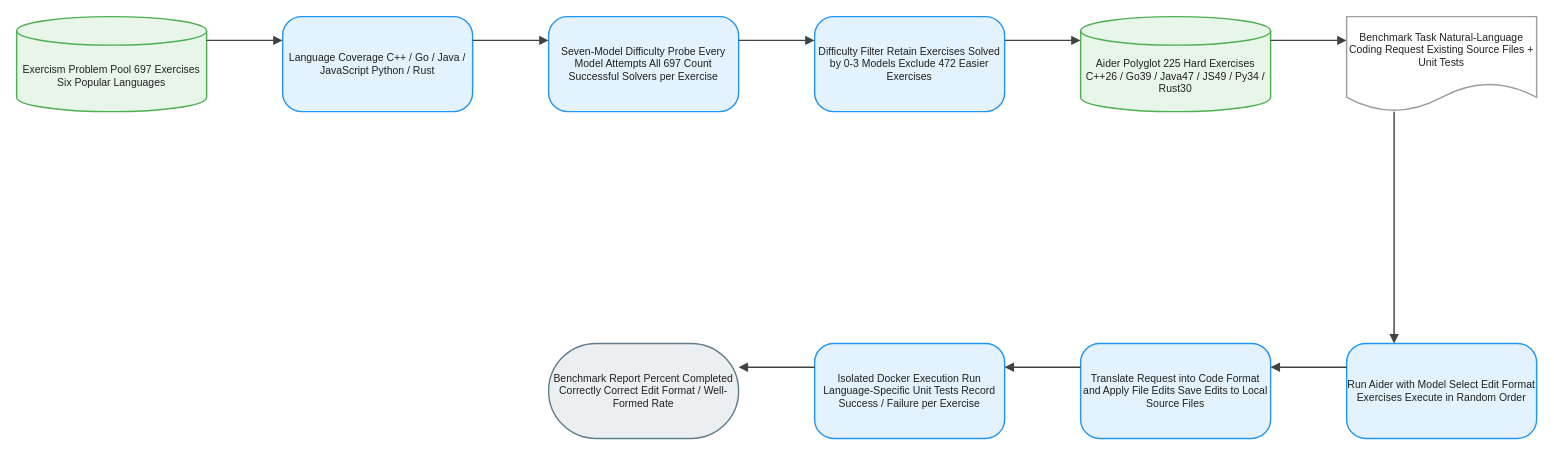
Earlier version of the draw.io diagram client/public/drawio/Aider_Polyglot/Aider_Polyglot.en.drawio (joe1chief/benchmark-hub). Source tidied: cells renumbered, new cells numbered last; positions are measured from the earlier drawing's top-left corner, leaving out a move shared by most shapes. Both pictures are drawn from the tidied source at 95%, with x=0, y=0 at pixel (16, 16).
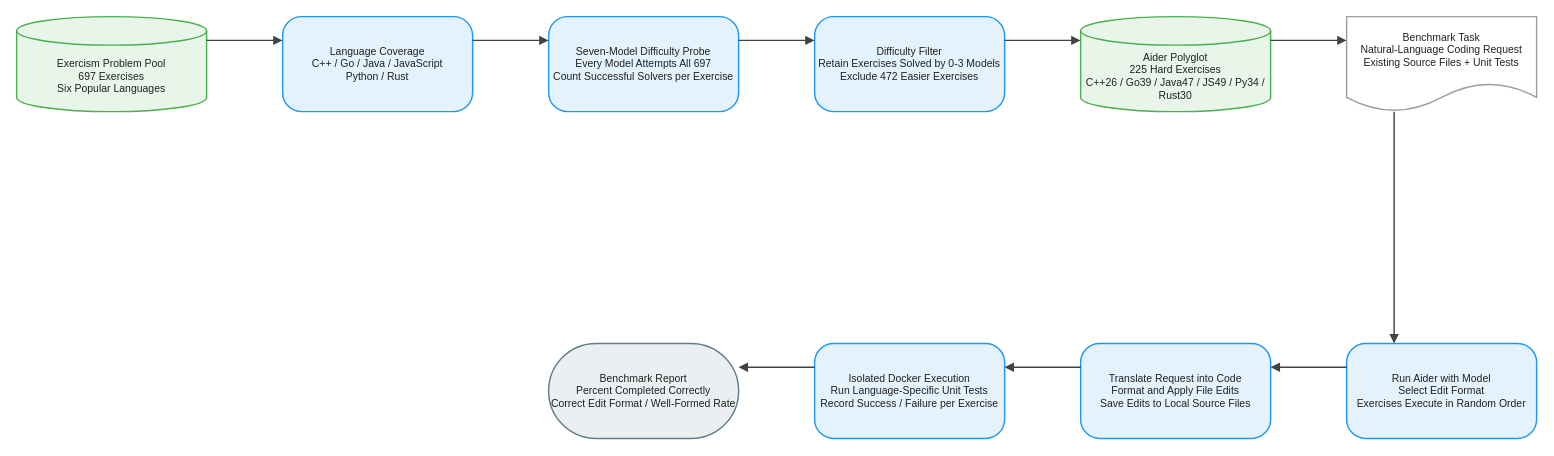
The same page after the edit.

Change to the diagram source:
```diff
@@
-    <mxCell id="2" value="Exercism Problem Pool 697 Exercises Six Popular Languages" style="shape=cylinder3;boundedLbl=1;backgroundOutline=1;size=15;html=1;whiteSpace=wrap;fillColor=#E8F5E9;strokeColor=#4CAF50;strokeWidth=1.5;fontColor=#212121;fontSize=11;fontFamily=Arial, Helvetica, sans-serif;verticalAlign=middle;align=center;" parent="1" vertex="1">
+    <mxCell id="2" value="Exercism Problem Pool&#10;697 Exercises&#10;Six Popular Languages" style="shape=cylinder3;boundedLbl=1;backgroundOutline=1;size=15;html=0;convertToSvg=1;whiteSpace=wrap;fillColor=#E8F5E9;strokeColor=#4CAF50;strokeWidth=1.5;fontColor=#212121;fontSize=11;fontFamily=Arial, Helvetica, sans-serif;verticalAlign=middle;align=center;" parent="1" vertex="1">
       <mxGeometry width="200" height="100" as="geometry" />
     </mxCell>
-    <mxCell id="3" value="Language Coverage C++ / Go / Java / JavaScript Python / Rust" style="rounded=1;arcSize=20;html=1;whiteSpace=wrap;fillColor=#E3F2FD;strokeColor=#2196F3;strokeWidth=1.5;fontColor=#212121;fontSize=11;fontFamily=Arial, Helvetica, sans-serif;verticalAlign=middle;align=center;" parent="1" vertex="1">
+    <mxCell id="3" value="Language Coverage&#10;C++ / Go / Java / JavaScript&#10;Python / Rust" style="rounded=1;arcSize=20;html=0;convertToSvg=1;whiteSpace=wrap;fillColor=#E3F2FD;strokeColor=#2196F3;strokeWidth=1.5;fontColor=#212121;fontSize=11;fontFamily=Arial, Helvetica, sans-serif;verticalAlign=middle;align=center;" parent="1" vertex="1">
       <mxGeometry x="280" width="200" height="100" as="geometry" />
     </mxCell>
-    <mxCell id="4" value="Seven-Model Difficulty Probe Every Model Attempts All 697 Count Successful Solvers per Exercise" style="rounded=1;arcSize=20;html=1;whiteSpace=wrap;fillColor=#E3F2FD;strokeColor=#2196F3;strokeWidth=1.5;fontColor=#212121;fontSize=11;fontFamily=Arial, Helvetica, sans-serif;verticalAlign=middle;align=center;" parent="1" vertex="1">
+    <mxCell id="4" value="Seven-Model Difficulty Probe&#10;Every Model Attempts All 697&#10;Count Successful Solvers per Exercise" style="rounded=1;arcSize=20;html=0;convertToSvg=1;whiteSpace=wrap;fillColor=#E3F2FD;strokeColor=#2196F3;strokeWidth=1.5;fontColor=#212121;fontSize=11;fontFamily=Arial, Helvetica, sans-serif;verticalAlign=middle;align=center;" parent="1" vertex="1">
       <mxGeometry x="560" width="200" height="100" as="geometry" />
     </mxCell>
-    <mxCell id="5" value="Difficulty Filter Retain Exercises Solved by 0-3 Models Exclude 472 Easier Exercises" style="rounded=1;arcSize=20;html=1;whiteSpace=wrap;fillColor=#E3F2FD;strokeColor=#2196F3;strokeWidth=1.5;fontColor=#212121;fontSize=11;fontFamily=Arial, Helvetica, sans-serif;verticalAlign=middle;align=center;" parent="1" vertex="1">
+    <mxCell id="5" value="Difficulty Filter&#10;Retain Exercises Solved by 0-3 Models&#10;Exclude 472 Easier Exercises" style="rounded=1;arcSize=20;html=0;convertToSvg=1;whiteSpace=wrap;fillColor=#E3F2FD;strokeColor=#2196F3;strokeWidth=1.5;fontColor=#212121;fontSize=11;fontFamily=Arial, Helvetica, sans-serif;verticalAlign=middle;align=center;" parent="1" vertex="1">
       <mxGeometry x="840" width="200" height="100" as="geometry" />
     </mxCell>
-    <mxCell id="6" value="Aider Polyglot 225 Hard Exercises C++26 / Go39 / Java47 / JS49 / Py34 / Rust30" style="shape=cylinder3;boundedLbl=1;backgroundOutline=1;size=15;html=1;whiteSpace=wrap;fillColor=#E8F5E9;strokeColor=#4CAF50;strokeWidth=1.5;fontColor=#212121;fontSize=11;fontFamily=Arial, Helvetica, sans-serif;verticalAlign=middle;align=center;" parent="1" vertex="1">
+    <mxCell id="6" value="Aider Polyglot&#10;225 Hard Exercises&#10;C++26 / Go39 / Java47 / JS49 / Py34 / Rust30" style="shape=cylinder3;boundedLbl=1;backgroundOutline=1;size=15;html=0;convertToSvg=1;whiteSpace=wrap;fillColor=#E8F5E9;strokeColor=#4CAF50;strokeWidth=1.5;fontColor=#212121;fontSize=11;fontFamily=Arial, Helvetica, sans-serif;verticalAlign=middle;align=center;" parent="1" vertex="1">
       <mxGeometry x="1120" width="200" height="100" as="geometry" />
     </mxCell>
-    <mxCell id="7" value="Benchmark Task Natural-Language Coding Request Existing Source Files + Unit Tests" style="shape=document;boundedLbl=1;html=1;whiteSpace=wrap;fillColor=#FFFFFF;strokeColor=#9E9E9E;strokeWidth=1.5;fontColor=#212121;fontSize=11;fontFamily=Arial, Helvetica, sans-serif;verticalAlign=middle;align=center;" parent="1" vertex="1">
+    <mxCell id="7" value="Benchmark Task&#10;Natural-Language Coding Request&#10;Existing Source Files + Unit Tests" style="shape=document;boundedLbl=1;html=0;convertToSvg=1;whiteSpace=wrap;fillColor=#FFFFFF;strokeColor=#9E9E9E;strokeWidth=1.5;fontColor=#212121;fontSize=11;fontFamily=Arial, Helvetica, sans-serif;verticalAlign=middle;align=center;" parent="1" vertex="1">
       <mxGeometry x="1400" width="200" height="100" as="geometry" />
     </mxCell>
-    <mxCell id="8" value="Run Aider with Model Select Edit Format Exercises Execute in Random Order" style="rounded=1;arcSize=20;html=1;whiteSpace=wrap;fillColor=#E3F2FD;strokeColor=#2196F3;strokeWidth=1.5;fontColor=#212121;fontSize=11;fontFamily=Arial, Helvetica, sans-serif;verticalAlign=middle;align=center;" parent="1" vertex="1">
+    <mxCell id="8" value="Run Aider with Model&#10;Select Edit Format&#10;Exercises Execute in Random Order" style="rounded=1;arcSize=20;html=0;convertToSvg=1;whiteSpace=wrap;fillColor=#E3F2FD;strokeColor=#2196F3;strokeWidth=1.5;fontColor=#212121;fontSize=11;fontFamily=Arial, Helvetica, sans-serif;verticalAlign=middle;align=center;" parent="1" vertex="1">
       <mxGeometry x="1400" y="344" width="200" height="100" as="geometry" />
     </mxCell>
-    <mxCell id="9" value="Translate Request into Code Format and Apply File Edits Save Edits to Local Source Files" style="rounded=1;arcSize=20;html=1;whiteSpace=wrap;fillColor=#E3F2FD;strokeColor=#2196F3;strokeWidth=1.5;fontColor=#212121;fontSize=11;fontFamily=Arial, Helvetica, sans-serif;verticalAlign=middle;align=center;" parent="1" vertex="1">
+    <mxCell id="9" value="Translate Request into Code&#10;Format and Apply File Edits&#10;Save Edits to Local Source Files" style="rounded=1;arcSize=20;html=0;convertToSvg=1;whiteSpace=wrap;fillColor=#E3F2FD;strokeColor=#2196F3;strokeWidth=1.5;fontColor=#212121;fontSize=11;fontFamily=Arial, Helvetica, sans-serif;verticalAlign=middle;align=center;" parent="1" vertex="1">
       <mxGeometry x="1120" y="344" width="200" height="100" as="geometry" />
     </mxCell>
-    <mxCell id="10" value="Isolated Docker Execution Run Language-Specific Unit Tests Record Success / Failure per Exercise" style="rounded=1;arcSize=20;html=1;whiteSpace=wrap;fillColor=#E3F2FD;strokeColor=#2196F3;strokeWidth=1.5;fontColor=#212121;fontSize=11;fontFamily=Arial, Helvetica, sans-serif;verticalAlign=middle;align=center;" parent="1" vertex="1">
+    <mxCell id="10" value="Isolated Docker Execution&#10;Run Language-Specific Unit Tests&#10;Record Success / Failure per Exercise" style="rounded=1;arcSize=20;html=0;convertToSvg=1;whiteSpace=wrap;fillColor=#E3F2FD;strokeColor=#2196F3;strokeWidth=1.5;fontColor=#212121;fontSize=11;fontFamily=Arial, Helvetica, sans-serif;verticalAlign=middle;align=center;" parent="1" vertex="1">
       <mxGeometry x="840" y="344" width="200" height="100" as="geometry" />
     </mxCell>
-    <mxCell id="11" value="Benchmark Report Percent Completed Correctly Correct Edit Format / Well-Formed Rate" style="rounded=1;arcSize=50;html=1;whiteSpace=wrap;fillColor=#ECEFF1;strokeColor=#607D8B;strokeWidth=1.5;fontColor=#212121;fontSize=11;fontFamily=Arial, Helvetica, sans-serif;verticalAlign=middle;align=center;" parent="1" vertex="1">
+    <mxCell id="11" value="Benchmark Report&#10;Percent Completed Correctly&#10;Correct Edit Format / Well-Formed Rate" style="rounded=1;arcSize=50;html=0;convertToSvg=1;whiteSpace=wrap;fillColor=#ECEFF1;strokeColor=#607D8B;strokeWidth=1.5;fontColor=#212121;fontSize=11;fontFamily=Arial, Helvetica, sans-serif;verticalAlign=middle;align=center;" parent="1" vertex="1">
       <mxGeometry x="560" y="344" width="200" height="100" as="geometry" />
     </mxCell>
-    <mxCell id="12" style="edgeStyle=orthogonalEdgeStyle;rounded=0;jettySize=auto;html=1;strokeColor=#424242;strokeWidth=1.5;endArrow=block;endFill=1;exitX=1;exitY=0.25;exitDx=0;exitDy=0;entryX=0;entryY=0.25;entryDx=0;entryDy=0;jumpStyle=arc;jumpSize=8;" parent="1" edge="1" source="2" target="3">
+    <mxCell id="12" style="edgeStyle=orthogonalEdgeStyle;rounded=0;jettySize=auto;html=0;convertToSvg=1;strokeColor=#424242;strokeWidth=1.5;endArrow=block;endFill=1;exitX=1;exitY=0.25;exitDx=0;exitDy=0;entryX=0;entryY=0.25;entryDx=0;entryDy=0;jumpStyle=arc;jumpSize=8;" parent="1" edge="1" source="2" target="3">
       <mxGeometry relative="1" as="geometry" />
     </mxCell>
-    <mxCell id="13" style="edgeStyle=orthogonalEdgeStyle;rounded=0;jettySize=auto;html=1;strokeColor=#424242;strokeWidth=1.5;endArrow=block;endFill=1;exitX=1;exitY=0.25;exitDx=0;exitDy=0;entryX=0;entryY=0.25;entryDx=0;entryDy=0;jumpStyle=arc;jumpSize=8;" parent="1" edge="1" source="3" target="4">
+    <mxCell id="13" style="edgeStyle=orthogonalEdgeStyle;rounded=0;jettySize=auto;html=0;convertToSvg=1;strokeColor=#424242;strokeWidth=1.5;endArrow=block;endFill=1;exitX=1;exitY=0.25;exitDx=0;exitDy=0;entryX=0;entryY=0.25;entryDx=0;entryDy=0;jumpStyle=arc;jumpSize=8;" parent="1" edge="1" source="3" target="4">
       <mxGeometry relative="1" as="geometry" />
     </mxCell>
-    <mxCell id="14" style="edgeStyle=orthogonalEdgeStyle;rounded=0;jettySize=auto;html=1;strokeColor=#424242;strokeWidth=1.5;endArrow=block;endFill=1;exitX=1;exitY=0.25;exitDx=0;exitDy=0;entryX=0;entryY=0.25;entryDx=0;entryDy=0;jumpStyle=arc;jumpSize=8;" parent="1" edge="1" source="4" target="5">
+    <mxCell id="14" style="edgeStyle=orthogonalEdgeStyle;rounded=0;jettySize=auto;html=0;convertToSvg=1;strokeColor=#424242;strokeWidth=1.5;endArrow=block;endFill=1;exitX=1;exitY=0.25;exitDx=0;exitDy=0;entryX=0;entryY=0.25;entryDx=0;entryDy=0;jumpStyle=arc;jumpSize=8;" parent="1" edge="1" source="4" target="5">
       <mxGeometry relative="1" as="geometry" />
     </mxCell>
-    <mxCell id="15" style="edgeStyle=orthogonalEdgeStyle;rounded=0;jettySize=auto;html=1;strokeColor=#424242;strokeWidth=1.5;endArrow=block;endFill=1;exitX=1;exitY=0.25;exitDx=0;exitDy=0;entryX=0;entryY=0.25;entryDx=0;entryDy=0;jumpStyle=arc;jumpSize=8;" parent="1" edge="1" source="5" target="6">
+    <mxCell id="15" style="edgeStyle=orthogonalEdgeStyle;rounded=0;jettySize=auto;html=0;convertToSvg=1;strokeColor=#424242;strokeWidth=1.5;endArrow=block;endFill=1;exitX=1;exitY=0.25;exitDx=0;exitDy=0;entryX=0;entryY=0.25;entryDx=0;entryDy=0;jumpStyle=arc;jumpSize=8;" parent="1" edge="1" source="5" target="6">
       <mxGeometry relative="1" as="geometry" />
     </mxCell>
-    <mxCell id="16" style="edgeStyle=orthogonalEdgeStyle;rounded=0;jettySize=auto;html=1;strokeColor=#424242;strokeWidth=1.5;endArrow=block;endFill=1;exitX=1;exitY=0.25;exitDx=0;exitDy=0;entryX=0;entryY=0.25;entryDx=0;entryDy=0;jumpStyle=arc;jumpSize=8;" parent="1" edge="1" source="6" target="7">
+    <mxCell id="16" style="edgeStyle=orthogonalEdgeStyle;rounded=0;jettySize=auto;html=0;convertToSvg=1;strokeColor=#424242;strokeWidth=1.5;endArrow=block;endFill=1;exitX=1;exitY=0.25;exitDx=0;exitDy=0;entryX=0;entryY=0.25;entryDx=0;entryDy=0;jumpStyle=arc;jumpSize=8;" parent="1" edge="1" source="6" target="7">
       <mxGeometry relative="1" as="geometry" />
     </mxCell>
-    <mxCell id="17" style="edgeStyle=orthogonalEdgeStyle;rounded=0;jettySize=auto;html=1;strokeColor=#424242;strokeWidth=1.5;endArrow=block;endFill=1;exitX=0.25;exitY=1;exitDx=0;exitDy=0;entryX=0.25;entryY=0;entryDx=0;entryDy=0;jumpStyle=arc;jumpSize=8;" parent="1" edge="1" source="7" target="8">
+    <mxCell id="17" style="edgeStyle=orthogonalEdgeStyle;rounded=0;jettySize=auto;html=0;convertToSvg=1;strokeColor=#424242;strokeWidth=1.5;endArrow=block;endFill=1;exitX=0.25;exitY=1;exitDx=0;exitDy=0;entryX=0.25;entryY=0;entryDx=0;entryDy=0;jumpStyle=arc;jumpSize=8;" parent="1" edge="1" source="7" target="8">
       <mxGeometry relative="1" as="geometry" />
     </mxCell>
-    <mxCell id="18" style="edgeStyle=orthogonalEdgeStyle;rounded=0;jettySize=auto;html=1;strokeColor=#424242;strokeWidth=1.5;endArrow=block;endFill=1;exitX=0;exitY=0.25;exitDx=0;exitDy=0;entryX=1;entryY=0.25;entryDx=0;entryDy=0;jumpStyle=arc;jumpSize=8;" parent="1" edge="1" source="8" target="9">
+    <mxCell id="18" style="edgeStyle=orthogonalEdgeStyle;rounded=0;jettySize=auto;html=0;convertToSvg=1;strokeColor=#424242;strokeWidth=1.5;endArrow=block;endFill=1;exitX=0;exitY=0.25;exitDx=0;exitDy=0;entryX=1;entryY=0.25;entryDx=0;entryDy=0;jumpStyle=arc;jumpSize=8;" parent="1" edge="1" source="8" target="9">
       <mxGeometry relative="1" as="geometry" />
     </mxCell>
-    <mxCell id="19" style="edgeStyle=orthogonalEdgeStyle;rounded=0;jettySize=auto;html=1;strokeColor=#424242;strokeWidth=1.5;endArrow=block;endFill=1;exitX=0;exitY=0.25;exitDx=0;exitDy=0;entryX=1;entryY=0.25;entryDx=0;entryDy=0;jumpStyle=arc;jumpSize=8;" parent="1" edge="1" source="9" target="10">
+    <mxCell id="19" style="edgeStyle=orthogonalEdgeStyle;rounded=0;jettySize=auto;html=0;convertToSvg=1;strokeColor=#424242;strokeWidth=1.5;endArrow=block;endFill=1;exitX=0;exitY=0.25;exitDx=0;exitDy=0;entryX=1;entryY=0.25;entryDx=0;entryDy=0;jumpStyle=arc;jumpSize=8;" parent="1" edge="1" source="9" target="10">
       <mxGeometry relative="1" as="geometry" />
     </mxCell>
-    <mxCell id="20" style="edgeStyle=orthogonalEdgeStyle;rounded=0;jettySize=auto;html=1;strokeColor=#424242;strokeWidth=1.5;endArrow=block;endFill=1;exitX=0;exitY=0.25;exitDx=0;exitDy=0;entryX=1;entryY=0.25;entryDx=0;entryDy=0;jumpStyle=arc;jumpSize=8;" parent="1" edge="1" source="10" target="11">
+    <mxCell id="20" style="edgeStyle=orthogonalEdgeStyle;rounded=0;jettySize=auto;html=0;convertToSvg=1;strokeColor=#424242;strokeWidth=1.5;endArrow=block;endFill=1;exitX=0;exitY=0.25;exitDx=0;exitDy=0;entryX=1;entryY=0.25;entryDx=0;entryDy=0;jumpStyle=arc;jumpSize=8;" parent="1" edge="1" source="10" target="11">
       <mxGeometry relative="1" as="geometry" />
     </mxCell>
```
